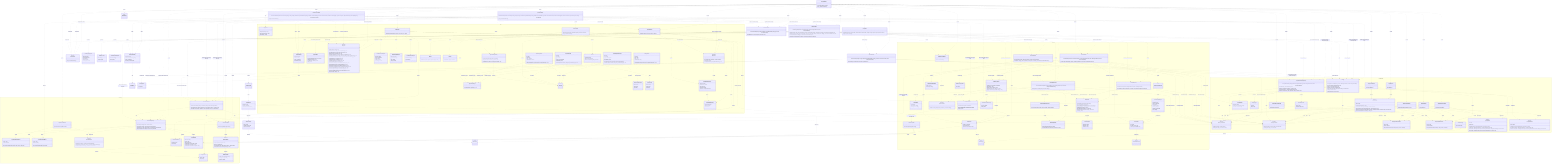
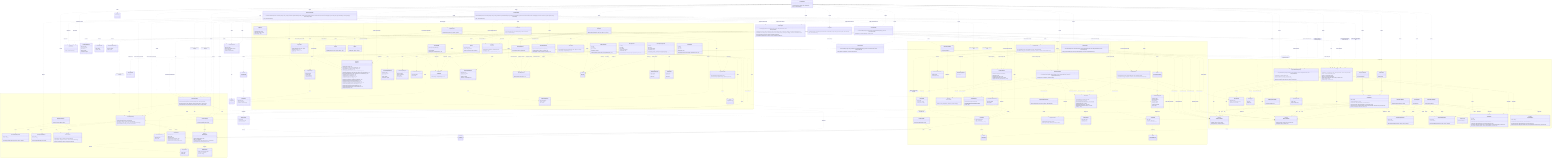
%% Authoritative, system-wide contract chart: every class and every relationship,
%% including the cross-domain interactions between modules.
%% For focused, per-domain views (intra-domain relationships only), see
%% docs/contracts/domains/ (one chart per domain + a README).
classDiagram
  direction TB

  class LicenseWizard {
-     +LicenseWizard(args: string[])
+     +LicenseWizard(args: string[], sink?: IOutputSink)
    +run() Promise~Answer[]~
  }

  class IWizardMode {
    <<interface>>
    +run() Promise~Answer[]~
  }

  class InteractiveMode {
    +InteractiveMode(licenses: LicenseRepository, config: Config, manifests: ProjectManifestRepository, installer: LicenseInstaller, generator: LicenseGenerator, headers: HeaderApplier, renderer: IRenderer, reporter: IReporter, flags: WizardFlags)
    +run() Promise~Answer[]~
  }

  class NonInteractiveMode {
    +NonInteractiveMode(licenses: LicenseRepository, config: Config, manifests: ProjectManifestRepository, installer: LicenseInstaller, generator: LicenseGenerator, headers: HeaderApplier, reporter: IReporter, flags: WizardFlags, saveTargetByFlag: Record~string, string~)
    +run() Promise~Answer[]~
  }

  class VerifyMode {
    +VerifyMode(verifier: LicenseVerifier, headerVerifier: HeaderVerifier, config: Config, reporter: IReporter, strict: boolean)
    +run() Promise~Answer[]~
  }

  class WizardFlags {
    <<type>>
  }

  class HeaderApplier {
    +HeaderApplier(licenses: LicenseRepository, reader: IFileSystemReader, writer: IFileSystemWriter)
    +apply(licenseId: string, style: HeaderStyle, tokens: Record~string, string~, extraIgnores: string[]) Promise~HeaderApplyReport~
    +preview(licenseId: string, style: HeaderStyle, tokens: Record~string, string~, extraIgnores: string[]) Promise~HeaderPreview | null~
    +remove(extraIgnores: string[]) Promise~HeaderRemovalReport~
    +previewRemoval(extraIgnores: string[]) Promise~HeaderRemovalReport~
  }

  class HeaderApplyReport {
    +licenseId: string
    +style: HeaderStyle
    +total: number
    +written: number
    +unchanged: number
  }

  class HeaderPreview {
    +files: string[]
    +sample: string
  }

  class HeaderRemovalReport {
    +removed: string[]
    +total: number
  }

  class LicenseInstaller {
    +LicenseInstaller(config: Config, manifests: ProjectManifestRepository, generator: LicenseGenerator)
    +install(selection: LicenseSelection) Promise~void~
  }

  class LicenseVerifier {
    +LicenseVerifier(config: Config, manifests: ProjectManifestRepository, generator: LicenseGenerator, reader: IFileSystemReader)
    +verify(options: VerifyOptions) Promise~VerifyOutcome~
  }

  class LicenseSelection {
    +licenseId: string
    +tokens: Record~string, string~
    +save: ConfigSave
    +headers?: HeaderConfig
  }

  class ConfigSave {
    <<union>>
  }

  class VerifyOptions {
    +fix: boolean
  }

  class VerifyOutcome {
    <<union>>
  }

  class VerifyReport {
    +licenseId: string
    +license: DriftStatus
    +manifests: ManifestCheck[]
  }

  class ManifestCheck {
    +name: string
    +declared: string | null
    +status: DriftStatus
  }

  class DriftStatus {
    <<union>>
  }

  namespace CLI {
    class FlagParser {
      +FlagParser(flags: object)
      +parse(args: string[]) object
      +formatHelp() string
    }

    class Orchestrator {
      +Orchestrator(repository: QuestionRepository, renderer: IRenderer)
      +run() Promise~Answer[]~
    }

    class IRenderer {
      <<interface>>
      +render(question: Question) Promise~Answer~
      +onCancel() string
      +complete(summary: CompletionSummary) void
    }

    class CompletionSummary {
      +licenseId: string
      +customized: boolean
      +savedTo: string
      +manifests: string[]
      +headers?: CompletionHeaders
    }

    class CompletionHeaders {
      +style: HeaderStyle
      +written: number
      +total: number
    }

    class ProgressBar {
      +ProgressBar(label: string, out?: object)
      +start(total: number) void
      +update(done: number) void
      +stop() void
    }

    class ClackRenderer {
      +ClackRenderer(meta: object, spinner: Spinner)
    }

    class IReporter {
      <<interface>>
      +usage(options: string) void
      +tokens(licenseId: string, slots: TemplateSlot[]) void
      +generated(licenseId: string, savedTo: string) void
      +dryRun(report: DryRunReport) void
      +missingFields(licenseId: string, missing: TemplateSlot[]) void
      +unknownFields(licenseId: string, unknown: string[], slots: TemplateSlot[]) void
      +licenseNotFound(licenseId: string, suggestions: LicenseIndexEntry[]) void
      +verifyMatch(report: VerifyReport) void
      +verifyFixed(report: VerifyReport) void
      +verifyMismatch(report: VerifyReport) void
      +headersNoFiles(licenseId: string) void
      +headersGenerated(report: HeaderGenerateReport) void
      +headersDryRun(report: HeaderDryRunReport) void
      +headersRemoved(report: HeaderRemoveReport) void
      +headersRemoveDryRun(report: HeaderRemoveReport) void
      +headersVerifyMatch(report: HeaderVerifyReport) void
      +headersVerifyFixed(report: HeaderVerifyReport) void
      +headersVerifyMismatch(report: HeaderVerifyReport) void
      +error(message: string) void
    }

    class HeaderGenerateReport {
      +licenseId: string
      +style: HeaderStyle
      +total: number
      +written: number
      +unchanged: number
    }

    class HeaderDryRunReport {
      +licenseId: string
      +style: HeaderStyle
      +files: string[]
      +sample: string
    }

    class HeaderRemoveReport {
      +removed: string[]
      +total: number
    }

    class DryRunReport {
      +licenseId: string
      +content: string
      +save: ConfigSave
      +manifests: string[]
    }

+     class MessageReporter {
+       +MessageReporter(sink: IOutputSink)
+     }
+ 
    class CliReporter {
      +CliReporter(programName: string, out?: object, err?: object)
+     }
+ 
+     class IOutputSink {
+       <<interface>>
+       +emit(message: OutputMessage) void
+     }
+ 
+     class StreamSink {
+       +StreamSink(presenter: ReportPresenter, out?: object, err?: object)
+       +emit(message: OutputMessage) void
+     }
+ 
+     class RecordingSink {
+       +RecordingSink()
+       +emit(message: OutputMessage) void
+       +messages: OutputMessage[]
+     }
+ 
+     class ReportPresenter {
+       +ReportPresenter(programName: string)
+       +present(message: OutputMessage, options: object) string
+     }
+ 
+     class OutputMessage {
+       <<union>>
    }

    class Banner {
      +buildBanner(meta: object, options: object) string
    }

    class Spinner {
      +start(handle: object) Function
    }

    class QuestionRepository {
      +QuestionRepository(questions: Question[])
      +getByIndex(index: number) Question | null
      +insertAt(index: number, questions: Question[]) void
    }

    class QuestionLifecycle {
      +inject(questions: Question[]) void
    }

    class Question {
      <<union>>
    }

    class TextQuestion {
      +id: string
      +text: string
      +type: "text"
      +defaultValue: string
      +onAnswer(answer: Answer, lifecycle: QuestionLifecycle) void
    }

    class ConfirmQuestion {
      +id: string
      +text: string
      +type: "confirm"
      +defaultValue: boolean
      +onAnswer(answer: Answer, lifecycle: QuestionLifecycle) void
    }

    class AutocompleteQuestion {
      +id: string
      +text: string
      +type: "autocomplete"
      +defaultValue: string
      +search(query: string) Promise~AutocompleteOption[]~
      +onAnswer(answer: Answer, lifecycle: QuestionLifecycle) void
    }

    class AutocompleteOption {
      +value: string
      +label: string
      +hint: string
    }

    class SelectQuestion {
      +id: string
      +text: string
      +type: "select"
      +options: SelectOption[]
      +defaultValue: string
      +onAnswer(answer: Answer, lifecycle: QuestionLifecycle) void
    }

    class SelectOption {
      +value: string
      +label: string
      +hint: string
    }

    class Answer {
      +questionId: string
      +value: string | boolean
      +fields: Record~string, string | boolean~
    }
  }

  namespace Licensing {
    class LicenseRepository {
      +LicenseRepository(source: ILicenseSource)
      +search(query: string) Promise~LicenseIndexEntry[]~
      +suggest(query: string, limit: number) Promise~LicenseIndexEntry[]~
      +getLicense(licenseId: string) Promise~LicenseDetail~
    }

    class LicenseRepositoryError {
      +name: string
      +cause: unknown
      +LicenseRepositoryError(message: string, cause?: unknown)
    }

    class LicenseNotFoundError {
      +name: string
      +licenseId: string
      +LicenseNotFoundError(licenseId: string)
    }

    class ILicenseSource {
      <<interface>>
      +search(query: string) Promise~LicenseIndexEntry[]~
      +suggest(query: string, limit: number) Promise~LicenseIndexEntry[]~
      +fetchLicense(licenseId: string) Promise~LicenseDetail~
    }

    class SpdxLicenseSource {
      +SpdxLicenseSource(ttlMs: number)
    }

    class LicenseIndexEntry {
      +licenseId: string
      +name: string
    }

    class LicenseDetail {
      +licenseId: string
      +name: string
      +licenseText: string
      +standardLicenseTemplate?: string
      +standardLicenseHeader?: string
      +standardLicenseHeaderTemplate?: string
    }

    class SpdxTemplate {
      <<abstract>>
      +SpdxTemplate(template: string)
      +slots() TemplateSlot[]
      +resolveSlots(entries: Map~string, string~) SlotResolution
      +render(values: Record~string, string~) string
    }

    class LicenseTemplate {
      +LicenseTemplate(template: string)
    }

    class TemplateSlot {
      +token: string
      +label: string
    }

    class SlotResolution {
      +values: Record~string, string~
      +missing: TemplateSlot[]
      +unknown: string[]
    }

    class LicenseGenerator {
      +LicenseGenerator(repository: LicenseRepository, writer: IFileSystemWriter)
      +generate(licenseId: string, slotValues?: Record~string, string~) Promise~void~
      +render(licenseId: string, slotValues?: Record~string, string~) Promise~string~
    }
  }

  namespace Configuration {
    class IFileSystemReader {
      <<interface>>
      +read(path: string) Promise~string~
      +exists(path: string) Promise~boolean~
    }

    class IFileSystemWriter {
      <<interface>>
      +write(path: string, content: string) Promise~void~
      +delete(path: string) Promise~void~
    }

    class NodeFileSystemReader {
      +NodeFileSystemReader()
    }

    class NodeFileSystemWriter {
      +NodeFileSystemWriter()
    }

    class FileSystemReaderError {
      +name: string
      +cause: unknown
      +FileSystemReaderError(message: string, cause?: unknown)
    }

    class FileSystemWriterError {
      +name: string
      +cause: unknown
      +FileSystemWriterError(message: string, cause?: unknown)
    }

    class WizardConfig {
      +licenseId: string
      +tokens?: Record~string, string~
      +headers?: HeaderConfig
    }

    class HeaderConfig {
      +style: HeaderStyle
    }

    class ConfigTarget {
      +id: string
      +label: string
    }

    class IConfigStore {
      <<interface>>
      +id: string
      +label: string
      +available(reader: IFileSystemReader) Promise~boolean~
      +read(reader: IFileSystemReader) Promise~WizardConfig | null~
      +write(reader: IFileSystemReader, writer: IFileSystemWriter, config: WizardConfig) Promise~void~
      +clear(reader: IFileSystemReader, writer: IFileSystemWriter) Promise~void~
    }

    class RcConfigStore {
      +RcConfigStore()
    }

    class ManifestConfigStore {
      +ManifestConfigStore(fileName: string)
    }

    class Config {
      +Config(stores: IConfigStore[], reader: IFileSystemReader, writer: IFileSystemWriter)
      +read() Promise~WizardConfig | null~
      +source() Promise~string | null~
      +targets() Promise~ConfigTarget[]~
      +write(config: WizardConfig, targetId: string) Promise~void~
      +clear() Promise~void~
      +clearHeaders() Promise~void~
    }

    class IProjectManifest {
      <<interface>>
      +name: string
      +exists(reader: IFileSystemReader) Promise~boolean~
      +readLicense(reader: IFileSystemReader) Promise~string | null~
      +writeLicense(reader: IFileSystemReader, writer: IFileSystemWriter, licenseId: string) Promise~void~
    }

    class JsonManifest {
      <<abstract>>
      +JsonManifest(fileName: string)
      +name: string
      +exists(reader: IFileSystemReader) Promise~boolean~
      +readLicense(reader: IFileSystemReader) Promise~string | null~
      +writeLicense(reader: IFileSystemReader, writer: IFileSystemWriter, licenseId: string) Promise~void~
      #extractLicenseId(value: unknown)* string | null
    }

    class NpmManifest {
      +NpmManifest()
    }

    class ComposerManifest {
      +ComposerManifest()
    }

    class ProjectManifestRepository {
      +ProjectManifestRepository(manifests: IProjectManifest[], reader: IFileSystemReader, writer: IFileSystemWriter)
      +readLicense() Promise~string | null~
      +writeLicense(licenseId: string) Promise~void~
      +declaredLicenses() Promise~ManifestLicense[]~
      +writeLicenseTo(name: string, licenseId: string) Promise~void~
    }

    class ManifestLicense {
      +name: string
      +licenseId: string | null
    }
  }

  namespace Headers {
    class HeaderPlan {
      +detail: LicenseDetail
      +style: HeaderStyle
      +tokens: Record~string, string~
    }

    class HeaderStyle {
      <<union>>
    }

    class HeaderRenderer {
      +HeaderRenderer(plan: HeaderPlan)
      +supportsFull(detail: LicenseDetail)$ boolean
      +body() string
    }

    class HeaderTemplate {
      +HeaderTemplate(template: string)
    }

    class HeaderComposer {
      +HeaderComposer(plan: HeaderPlan)
      +fingerprint() string
      +block(extension: string) string
      +hasManaged(content: string) boolean
      +apply(content: string, filePath: string) string
    }

    class SourceFileScanner {
      +SourceFileScanner(walker: IFileTreeWalker, reader: IFileSystemReader, matchers?: GitignoreMatcherFactory)
      +scan(options?: ScanOptions) Promise~string[]~
    }

    class ScanOptions {
      +root?: string
      +extensions?: string[]
      +extraIgnores?: string[]
    }

    class GitignoreMatcher {
      +GitignoreMatcher(patterns: string[])
      +ignores(path: string, isDirectory: boolean) boolean
    }

    class GitignoreMatcherFactory {
      +fromContent(content: string, extra?: string[]) GitignoreMatcher
    }

    class IFileTreeWalker {
      <<interface>>
      +walk(root: string, skipDirectory: Function) Promise~string[]~
    }

    class NodeFileTreeWalker {
      +NodeFileTreeWalker()
    }

    class HeaderInstaller {
      +HeaderInstaller(reader: IFileSystemReader, writer: IFileSystemWriter)
      +install(files: string[], plan: HeaderPlan, onProgress?: Function) Promise~HeaderInstallSummary~
    }

    class HeaderInstallSummary {
      +written: string[]
      +unchanged: string[]
    }

    class SourceFile {
      +SourceFile(content: string, path: string)
      +extensionOf(path: string)$ string
      +commentStyleFor(extension: string)$ CommentStyle
      +hasManagedHeader() boolean
      +withoutManagedHeaders() SourceFile
      +withManagedHeader(block: string) SourceFile
      +toString() string
    }

    class CommentStyle {
      +blockStart: string
      +linePrefix: string
      +blockEnd: string
    }

    class HeaderRemover {
      +HeaderRemover(reader: IFileSystemReader, writer: IFileSystemWriter)
      +remove(files: string[], onProgress?: Function) Promise~HeaderRemoveSummary~
    }

    class HeaderRemoveSummary {
      +removed: string[]
      +total: number
    }

    class HeaderVerifier {
      +HeaderVerifier(scanner: SourceFileScanner, reader: IFileSystemReader, writer: IFileSystemWriter, licenses: LicenseRepository)
      +verify(config: WizardConfig, options: HeaderVerifyOptions) Promise~HeaderVerifyOutcome~
    }

    class HeaderVerifyOptions {
      +fix: boolean
    }

    class HeaderVerifyOutcome {
      <<union>>
    }

    class HeaderVerifyReport {
      +licenseId: string
      +style: HeaderStyle
      +total: number
      +matched: string[]
      +missing: string[]
      +drifted: HeaderDrift[]
      +fixed: string[]
    }

    class HeaderDrift {
      +file: string
      +declares: object | null
      +reason: HeaderDriftReason
    }

    class HeaderDriftReason {
      <<union>>
    }
  }

  TextQuestion ..|> Question : member of
  ConfirmQuestion ..|> Question : member of
  AutocompleteQuestion ..|> Question : member of
  SelectQuestion ..|> Question : member of
  TextQuestion ..> QuestionLifecycle : onAnswer receives
  ConfirmQuestion ..> QuestionLifecycle : onAnswer receives
  AutocompleteQuestion ..> QuestionLifecycle : onAnswer receives
  SelectQuestion ..> QuestionLifecycle : onAnswer receives
  SelectQuestion ..> SelectOption : offers
  Orchestrator ..> QuestionLifecycle : creates
  ClackRenderer ..|> IRenderer : implements
  ClackRenderer ..> Spinner : uses
  ClackRenderer ..> Banner : renders
  IRenderer ..> CompletionSummary : renders
  ClackRenderer ..> CompletionSummary : renders
-   CliReporter ..|> IReporter : implements
-   CliReporter ..> TemplateSlot : renders
-   CliReporter ..> VerifyReport : renders
-   CliReporter ..> DryRunReport : renders
+   MessageReporter ..|> IReporter : implements
+   CliReporter --|> MessageReporter : terminal wiring
+   MessageReporter ..> IOutputSink : emits to
+   MessageReporter ..> OutputMessage : builds
+   StreamSink ..|> IOutputSink : implements
+   RecordingSink ..|> IOutputSink : implements
+   StreamSink ..> ReportPresenter : renders with
+   ReportPresenter ..> OutputMessage : renders
+   CliReporter ..> StreamSink : wires
+   CliReporter ..> ReportPresenter : wires
+   MessageReporter ..> TemplateSlot : reads
+   MessageReporter ..> VerifyReport : reads
+   MessageReporter ..> DryRunReport : reads
  %% Composition root: LicenseWizard parses flags, builds the shared graph, and
  %% delegates each run to one of the three modes through IWizardMode.
  LicenseWizard ..> FlagParser : uses
  LicenseWizard ..> WizardFlags : parses
  LicenseWizard ..> CliReporter : creates
+   LicenseWizard ..> IOutputSink : reports through (injectable)
  LicenseWizard ..> IReporter : reports usage through
  LicenseWizard ..> ClackRenderer : creates
  LicenseWizard ..> SpdxLicenseSource : creates
  LicenseWizard ..> LicenseRepository : creates
  LicenseWizard ..> LicenseGenerator : creates
  LicenseWizard ..> LicenseInstaller : creates
  LicenseWizard ..> HeaderApplier : creates
  LicenseWizard ..> LicenseVerifier : creates
  LicenseWizard ..> IWizardMode : delegates the run to
  LicenseWizard ..> InteractiveMode : creates
  LicenseWizard ..> NonInteractiveMode : creates
  LicenseWizard ..> VerifyMode : creates
  InteractiveMode ..|> IWizardMode : implements
  NonInteractiveMode ..|> IWizardMode : implements
  VerifyMode ..|> IWizardMode : implements

  %% Interactive mode: the prompt-driven setup flow.
  InteractiveMode ..> ClackRenderer : renders through
  InteractiveMode ..> IRenderer : reports completion through
  InteractiveMode ..> Orchestrator : creates
  InteractiveMode ..> QuestionRepository : creates
  InteractiveMode ..> LicenseRepository : searches and resolves with
  InteractiveMode ..> LicenseTemplate : creates
  InteractiveMode ..> HeaderRenderer : checks full-header support with
  InteractiveMode ..> LicenseInstaller : applies selection through
  InteractiveMode ..> HeaderApplier : applies headers through
  InteractiveMode ..> LicenseGenerator : renders dry-run preview through
  InteractiveMode ..> Config : reads config and targets from
  InteractiveMode ..> ProjectManifestRepository : reads and reports manifests through
  InteractiveMode ..> IReporter : reports dry-run through
  InteractiveMode ..> LicenseSelection : builds
  InteractiveMode ..> DryRunReport : builds

  %% Non-interactive mode: flag-driven generation, apply-config, and removal.
  NonInteractiveMode ..> LicenseRepository : resolves and suggests with
  NonInteractiveMode ..> LicenseTemplate : creates
  NonInteractiveMode ..> HeaderRenderer : checks full-header support with
  NonInteractiveMode ..> LicenseInstaller : applies selection through
  NonInteractiveMode ..> HeaderApplier : applies headers through
  NonInteractiveMode ..> LicenseGenerator : renders dry-run preview through
  NonInteractiveMode ..> Config : reads config and clears headers through
  NonInteractiveMode ..> ProjectManifestRepository : reports manifests through
  NonInteractiveMode ..> IReporter : reports through
  NonInteractiveMode ..> LicenseSelection : builds
  NonInteractiveMode ..> DryRunReport : builds
  NonInteractiveMode ..> LicenseNotFoundError : handles

  %% Verify mode: LICENSE/manifest and source-header verification.
  VerifyMode ..> LicenseVerifier : verifies through
  VerifyMode ..> HeaderVerifier : verifies headers through
  VerifyMode ..> Config : reads config from
  VerifyMode ..> IReporter : reports through

  LicenseInstaller ..> Config : uses
  LicenseInstaller ..> ProjectManifestRepository : writes selection to
  LicenseInstaller ..> LicenseGenerator : uses
  LicenseInstaller ..> LicenseSelection : applies
  LicenseVerifier ..> Config : reads config from
  LicenseVerifier ..> ProjectManifestRepository : checks and reconciles manifests through
  LicenseVerifier ..> LicenseGenerator : re-renders and rewrites with
  LicenseVerifier ..> IFileSystemReader : reads LICENSE through
  LicenseVerifier ..> VerifyOptions : configured by
  LicenseVerifier ..> VerifyOutcome : returns
  VerifyOutcome ..> VerifyReport : carries
  VerifyReport ..> ManifestCheck : aggregates
  VerifyReport ..> DriftStatus : statuses by
  ManifestCheck ..> DriftStatus : status by
  ProjectManifestRepository ..> ManifestLicense : produces
  LicenseSelection ..> ConfigSave : has
  DryRunReport ..> ConfigSave : carries
  Orchestrator ..> QuestionRepository : gets questions from
  Orchestrator ..> IRenderer : feeds questions to
  ClackRenderer ..> Question : renders
  QuestionRepository ..> Question : produces
  AutocompleteQuestion ..> AutocompleteOption : search produces
  Orchestrator ..> Answer : collects
  SpdxLicenseSource ..|> ILicenseSource : implements
  LicenseRepository ..> ILicenseSource : uses
  LicenseRepository ..> LicenseIndexEntry : produces
  LicenseRepository ..> LicenseDetail : produces
  LicenseRepository ..> LicenseRepositoryError : throws
  LicenseRepository ..> LicenseNotFoundError : throws
  SpdxLicenseSource ..> LicenseNotFoundError : throws
-   CliReporter ..> LicenseIndexEntry : renders
+   MessageReporter ..> LicenseIndexEntry : reads
  LicenseGenerator ..> LicenseRepository : uses
  LicenseGenerator ..> IFileSystemWriter : uses
  LicenseGenerator ..> LicenseTemplate : uses
  LicenseTemplate --|> SpdxTemplate : extends
  HeaderTemplate --|> SpdxTemplate : extends
  SpdxTemplate ..> TemplateSlot : produces
  SpdxTemplate ..> SlotResolution : produces
  NodeFileSystemReader ..|> IFileSystemReader : implements
  NodeFileSystemWriter ..|> IFileSystemWriter : implements
  NodeFileSystemReader ..> FileSystemReaderError : throws
  NodeFileSystemWriter ..> FileSystemWriterError : throws
  Config ..> IConfigStore : coordinates
  Config ..> IFileSystemReader : uses
  Config ..> IFileSystemWriter : uses
  Config ..> WizardConfig : produces
  Config ..> ConfigTarget : produces
  Config ..> FileSystemWriterError : throws
  RcConfigStore ..|> IConfigStore : implements
  ManifestConfigStore ..|> IConfigStore : implements
  RcConfigStore ..> IFileSystemReader : uses
  RcConfigStore ..> IFileSystemWriter : uses
  RcConfigStore ..> FileSystemReaderError : throws
  RcConfigStore ..> FileSystemWriterError : throws
  ManifestConfigStore ..> IFileSystemReader : uses
  ManifestConfigStore ..> IFileSystemWriter : uses
  ManifestConfigStore ..> FileSystemReaderError : throws
  ManifestConfigStore ..> FileSystemWriterError : throws
  JsonManifest ..|> IProjectManifest : implements
  NpmManifest --|> JsonManifest : extends
  ComposerManifest --|> JsonManifest : extends
  JsonManifest ..> IFileSystemReader : uses
  JsonManifest ..> IFileSystemWriter : uses
  JsonManifest ..> FileSystemReaderError : throws
  JsonManifest ..> FileSystemWriterError : throws
  ProjectManifestRepository ..> IProjectManifest : coordinates
  ProjectManifestRepository ..> IFileSystemReader : uses
  ProjectManifestRepository ..> IFileSystemWriter : uses
  LicenseWizard ..> NodeFileSystemReader : creates
  LicenseWizard ..> NodeFileSystemWriter : creates
  LicenseWizard ..> Config : creates
  LicenseWizard ..> RcConfigStore : creates
  LicenseWizard ..> ManifestConfigStore : creates
  LicenseWizard ..> NpmManifest : creates
  LicenseWizard ..> ComposerManifest : creates
  LicenseWizard ..> ProjectManifestRepository : creates
  LicenseWizard ..> HeaderVerifier : creates
  LicenseWizard ..> SourceFileScanner : creates
  LicenseWizard ..> NodeFileTreeWalker : creates
  %% HeaderApplier owns the source-file header surface for both write modes.
  HeaderApplier ..> SourceFileScanner : creates
  HeaderApplier ..> NodeFileTreeWalker : creates
  HeaderApplier ..> HeaderInstaller : creates
  HeaderApplier ..> HeaderInstaller : writes headers through
  HeaderApplier ..> HeaderRemover : creates
  HeaderApplier ..> HeaderRemover : removes headers through
  HeaderApplier ..> SourceFile : previews removal with
  HeaderApplier ..> HeaderComposer : previews header block with
  HeaderApplier ..> ProgressBar : drives header progress with
  HeaderApplier ..> HeaderPlan : builds
  HeaderApplier ..> LicenseRepository : fetches header detail through
  HeaderApplier ..> HeaderApplyReport : produces
  HeaderApplier ..> HeaderPreview : produces
  HeaderApplier ..> HeaderRemovalReport : produces
-   CliReporter ..> HeaderGenerateReport : renders
-   CliReporter ..> HeaderDryRunReport : renders
-   CliReporter ..> HeaderRemoveReport : renders
-   CliReporter ..> HeaderVerifyReport : renders
-   CliReporter ..> HeaderDrift : describes drift from
+   MessageReporter ..> HeaderGenerateReport : reads
+   MessageReporter ..> HeaderDryRunReport : reads
+   MessageReporter ..> HeaderRemoveReport : reads
+   MessageReporter ..> HeaderVerifyReport : reads
+   MessageReporter ..> HeaderDrift : reduces drift from
  HeaderConfig ..> HeaderStyle : style by
  HeaderPlan ..> LicenseDetail : carries
  HeaderPlan ..> HeaderStyle : styled by
  HeaderRenderer ..> HeaderPlan : renders
  HeaderRenderer ..> HeaderTemplate : substitutes header template with
  HeaderComposer ..> HeaderPlan : composes
  HeaderComposer ..> HeaderRenderer : renders body with
  HeaderInstaller ..> HeaderComposer : applies header with
  HeaderInstaller ..> HeaderPlan : applies
  HeaderInstaller ..> IFileSystemReader : reads files through
  HeaderInstaller ..> IFileSystemWriter : writes files through
  HeaderInstaller ..> HeaderInstallSummary : produces
  HeaderRemover ..> SourceFile : strips header through
  HeaderRemover ..> IFileSystemReader : reads files through
  HeaderRemover ..> IFileSystemWriter : writes files through
  HeaderRemover ..> HeaderRemoveSummary : produces
  HeaderComposer ..> SourceFile : places header through
  SourceFile ..> CommentStyle : wraps with
  SourceFileScanner ..> SourceFile : derives extension with
  HeaderVerifier ..> SourceFileScanner : rediscovers files through
  HeaderVerifier ..> HeaderComposer : compares against
  HeaderVerifier ..> LicenseRepository : fetches header detail through
  HeaderVerifier ..> IFileSystemReader : reads files through
  HeaderVerifier ..> IFileSystemWriter : rewrites files through
  HeaderVerifier ..> WizardConfig : verifies against
  HeaderVerifier ..> HeaderVerifyOptions : configured by
  HeaderVerifier ..> HeaderVerifyOutcome : returns
  HeaderVerifyOutcome ..> HeaderVerifyReport : carries
  HeaderVerifyReport ..> HeaderDrift : details drift by
  HeaderDrift ..> HeaderDriftReason : explained by
  HeaderVerifier ..> HeaderDrift : classifies drift into
  SourceFileScanner ..> IFileTreeWalker : walks with
  SourceFileScanner ..> IFileSystemReader : reads .gitignore through
  SourceFileScanner ..> GitignoreMatcherFactory : builds matchers with
  SourceFileScanner ..> GitignoreMatcher : filters with
  SourceFileScanner ..> ScanOptions : configured by
  GitignoreMatcherFactory ..> GitignoreMatcher : creates
  NodeFileTreeWalker ..|> IFileTreeWalker : implements
  ClackRenderer ..> CompletionHeaders : renders
  CompletionSummary ..> CompletionHeaders : carries
